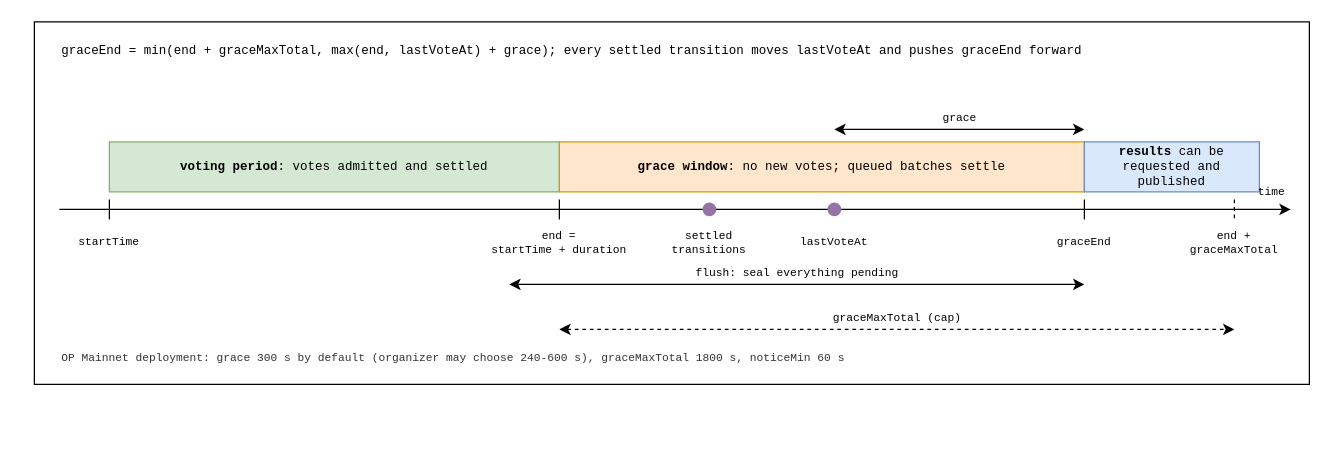
This is v2/figures/grace-window.drawio from vocdoni/davinci-paper, a draw.io file, before an edit. Source tidied: cells renumbered, new cells numbered last; positions are measured from the earlier drawing's top-left corner, leaving out a move shared by most shapes. Both pictures are drawn from the tidied source at 125%, with x=0, y=0 at pixel (21, 21).
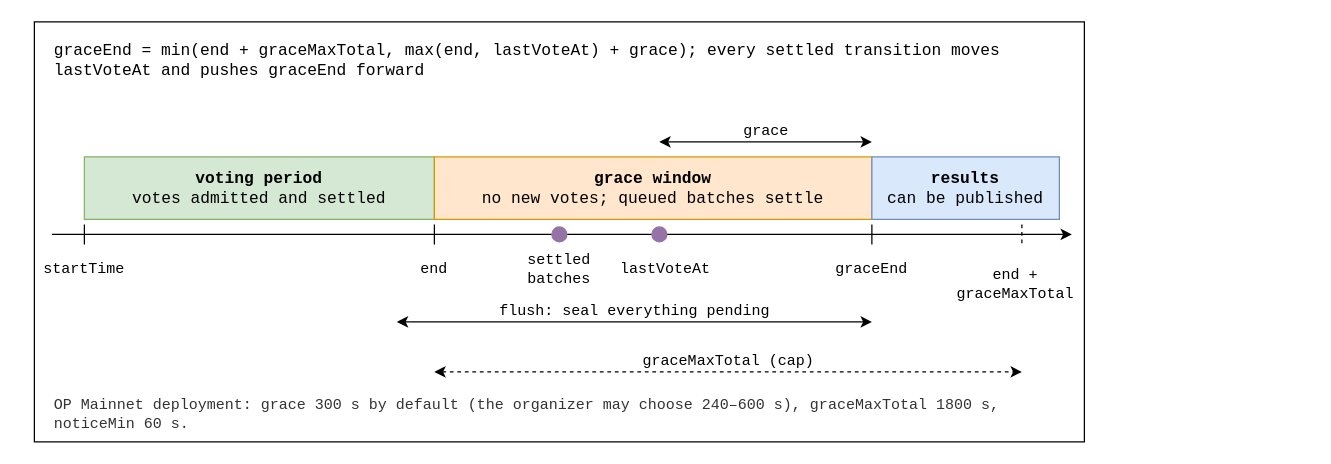
Above is the later version.

The edit, as a diff of the source:
```diff
@@
+    <mxCell id="23" style="rounded=0;whiteSpace=wrap;html=1;fontSize=11;fillColor=none;strokeColor=#000000;fontFamily=Courier New;verticalAlign=top;align=center;spacingTop=4;spacingLeft=6;fontStyle=1;" parent="1" vertex="1">
+      <mxGeometry x="10" width="840" height="336" as="geometry" />
+    </mxCell>
-    <mxCell id="2" style="rounded=0;whiteSpace=wrap;html=1;fontSize=11;fillColor=none;strokeColor=#000000;fontFamily=Courier New;verticalAlign=top;align=center;spacingTop=4;spacingLeft=6;fontStyle=1;" parent="1" vertex="1">
-      <mxGeometry x="10" width="1020" height="290" as="geometry" />
+    <mxCell id="2" value="graceEnd = min(end + graceMaxTotal, max(end, lastVoteAt) + grace); every settled transition moves lastVoteAt and pushes graceEnd forward" style="text;html=1;whiteSpace=wrap;fontSize=13;fontFamily=Courier New;align=left;verticalAlign=middle;fontColor=#000000;" parent="1" vertex="1">
+      <mxGeometry x="24" y="8" width="812" height="46" as="geometry" />
     </mxCell>
-    <mxCell id="3" value="&lt;b&gt;voting period&lt;/b&gt;: votes admitted and settled" style="rounded=0;whiteSpace=wrap;html=1;fontSize=10;fillColor=#d5e8d4;strokeColor=#82b366;fontFamily=Courier New;align=center;verticalAlign=middle;" parent="1" vertex="1">
-      <mxGeometry x="70" y="96" width="360" height="40" as="geometry" />
+    <mxCell id="3" value="&lt;b&gt;voting period&lt;/b&gt;&lt;br&gt;votes admitted and settled" style="rounded=0;whiteSpace=wrap;html=1;fontSize=13;fillColor=#d5e8d4;strokeColor=#82b366;fontFamily=Courier New;align=center;verticalAlign=middle;" parent="1" vertex="1">
+      <mxGeometry x="50" y="108" width="280" height="50" as="geometry" />
     </mxCell>
-    <mxCell id="4" value="&lt;b&gt;grace window&lt;/b&gt;: no new votes; queued batches settle" style="rounded=0;whiteSpace=wrap;html=1;fontSize=10;fillColor=#ffe6cc;strokeColor=#d79b00;fontFamily=Courier New;align=center;verticalAlign=middle;" parent="1" vertex="1">
-      <mxGeometry x="430" y="96" width="420" height="40" as="geometry" />
+    <mxCell id="4" value="&lt;b&gt;grace window&lt;/b&gt;&lt;br&gt;no new votes; queued batches settle" style="rounded=0;whiteSpace=wrap;html=1;fontSize=13;fillColor=#ffe6cc;strokeColor=#d79b00;fontFamily=Courier New;align=center;verticalAlign=middle;" parent="1" vertex="1">
+      <mxGeometry x="330" y="108" width="350" height="50" as="geometry" />
     </mxCell>
-    <mxCell id="5" value="&lt;b&gt;results&lt;/b&gt; can be&lt;br&gt;requested and published" style="rounded=0;whiteSpace=wrap;html=1;fontSize=10;fillColor=#dae8fc;strokeColor=#6c8ebf;fontFamily=Courier New;align=center;verticalAlign=middle;" parent="1" vertex="1">
-      <mxGeometry x="850" y="96" width="140" height="40" as="geometry" />
+    <mxCell id="5" value="&lt;b&gt;results&lt;/b&gt;&lt;br&gt;can be published" style="rounded=0;whiteSpace=wrap;html=1;fontSize=13;fillColor=#dae8fc;strokeColor=#6c8ebf;fontFamily=Courier New;align=center;verticalAlign=middle;" parent="1" vertex="1">
+      <mxGeometry x="680" y="108" width="150" height="50" as="geometry" />
     </mxCell>
     <mxCell id="6" style="html=1;rounded=0;endArrow=classic;startArrow=none;endSize=6;startSize=6;fontSize=10;fontFamily=Courier New;strokeColor=#000000;strokeWidth=1;labelBackgroundColor=#ffffff;" parent="1" edge="1">
       <mxGeometry relative="1" as="geometry">
-        <mxPoint x="30" y="150" as="sourcePoint" />
-        <mxPoint x="1015" y="150" as="targetPoint" />
+        <mxPoint x="24" y="170" as="sourcePoint" />
+        <mxPoint x="840" y="170" as="targetPoint" />
       </mxGeometry>
     </mxCell>
-    <mxCell id="7" value="time" style="text;html=1;whiteSpace=wrap;fontSize=9;fontFamily=Courier New;align=center;verticalAlign=middle;fontColor=#000000;" parent="1" vertex="1">
-      <mxGeometry x="975" y="128" width="50" height="18" as="geometry" />
+    <mxCell id="7" style="html=1;rounded=0;endArrow=none;startArrow=none;endSize=6;startSize=6;fontSize=10;fontFamily=Courier New;strokeColor=#000000;strokeWidth=1;labelBackgroundColor=#ffffff;" parent="1" edge="1">
+      <mxGeometry relative="1" as="geometry">
+        <mxPoint x="50" y="162" as="sourcePoint" />
+        <mxPoint x="50" y="178" as="targetPoint" />
+      </mxGeometry>
     </mxCell>
-    <mxCell id="8" style="html=1;rounded=0;endArrow=none;startArrow=none;endSize=6;startSize=6;fontSize=10;fontFamily=Courier New;strokeColor=#000000;strokeWidth=1;labelBackgroundColor=#ffffff;" parent="1" edge="1">
-      <mxGeometry relative="1" as="geometry">
-        <mxPoint x="70" y="142" as="sourcePoint" />
-        <mxPoint x="70" y="158" as="targetPoint" />
-      </mxGeometry>
+    <mxCell id="8" value="startTime" style="text;html=1;whiteSpace=wrap;fontSize=12;fontFamily=Courier New;align=center;verticalAlign=middle;fontColor=#000000;" parent="1" vertex="1">
+      <mxGeometry x="12" y="180" width="76" height="36" as="geometry" />
     </mxCell>
-    <mxCell id="9" value="startTime" style="text;html=1;whiteSpace=wrap;fontSize=9;fontFamily=Courier New;align=center;verticalAlign=middle;fontColor=#000000;" parent="1" vertex="1">
-      <mxGeometry y="160" width="140" height="34" as="geometry" />
+    <mxCell id="9" style="html=1;rounded=0;endArrow=none;startArrow=none;endSize=6;startSize=6;fontSize=10;fontFamily=Courier New;strokeColor=#000000;strokeWidth=1;labelBackgroundColor=#ffffff;" parent="1" edge="1">
+      <mxGeometry relative="1" as="geometry">
+        <mxPoint x="330" y="162" as="sourcePoint" />
+        <mxPoint x="330" y="178" as="targetPoint" />
+      </mxGeometry>
     </mxCell>
-    <mxCell id="10" style="html=1;rounded=0;endArrow=none;startArrow=none;endSize=6;startSize=6;fontSize=10;fontFamily=Courier New;strokeColor=#000000;strokeWidth=1;labelBackgroundColor=#ffffff;" parent="1" edge="1">
-      <mxGeometry relative="1" as="geometry">
-        <mxPoint x="430" y="142" as="sourcePoint" />
-        <mxPoint x="430" y="158" as="targetPoint" />
-      </mxGeometry>
+    <mxCell id="10" value="end" style="text;html=1;whiteSpace=wrap;fontSize=12;fontFamily=Courier New;align=center;verticalAlign=middle;fontColor=#000000;" parent="1" vertex="1">
+      <mxGeometry x="255" y="180" width="150" height="36" as="geometry" />
     </mxCell>
-    <mxCell id="11" value="end =&lt;br&gt;startTime + duration" style="text;html=1;whiteSpace=wrap;fontSize=9;fontFamily=Courier New;align=center;verticalAlign=middle;fontColor=#000000;" parent="1" vertex="1">
-      <mxGeometry x="360" y="160" width="140" height="34" as="geometry" />
+    <mxCell id="11" style="html=1;rounded=0;endArrow=none;startArrow=none;endSize=6;startSize=6;fontSize=10;fontFamily=Courier New;strokeColor=#000000;strokeWidth=1;labelBackgroundColor=#ffffff;" parent="1" edge="1">
+      <mxGeometry relative="1" as="geometry">
+        <mxPoint x="680" y="162" as="sourcePoint" />
+        <mxPoint x="680" y="178" as="targetPoint" />
+      </mxGeometry>
     </mxCell>
-    <mxCell id="12" style="html=1;rounded=0;endArrow=none;startArrow=none;endSize=6;startSize=6;fontSize=10;fontFamily=Courier New;strokeColor=#000000;strokeWidth=1;labelBackgroundColor=#ffffff;" parent="1" edge="1">
-      <mxGeometry relative="1" as="geometry">
-        <mxPoint x="850" y="142" as="sourcePoint" />
-        <mxPoint x="850" y="158" as="targetPoint" />
-      </mxGeometry>
+    <mxCell id="12" value="graceEnd" style="text;html=1;whiteSpace=wrap;fontSize=12;fontFamily=Courier New;align=center;verticalAlign=middle;fontColor=#000000;" parent="1" vertex="1">
+      <mxGeometry x="605" y="180" width="150" height="36" as="geometry" />
     </mxCell>
-    <mxCell id="13" value="graceEnd" style="text;html=1;whiteSpace=wrap;fontSize=9;fontFamily=Courier New;align=center;verticalAlign=middle;fontColor=#000000;" parent="1" vertex="1">
-      <mxGeometry x="780" y="160" width="140" height="34" as="geometry" />
+    <mxCell id="13" style="ellipse;fillColor=#9673a6;strokeColor=#9673a6;html=1;" parent="1" vertex="1">
+      <mxGeometry x="424" y="164" width="12" height="12" as="geometry" />
     </mxCell>
     <mxCell id="14" style="ellipse;fillColor=#9673a6;strokeColor=#9673a6;html=1;" parent="1" vertex="1">
-      <mxGeometry x="545" y="145" width="10" height="10" as="geometry" />
+      <mxGeometry x="504" y="164" width="12" height="12" as="geometry" />
     </mxCell>
-    <mxCell id="15" style="ellipse;fillColor=#9673a6;strokeColor=#9673a6;html=1;" parent="1" vertex="1">
-      <mxGeometry x="645" y="145" width="10" height="10" as="geometry" />
+    <mxCell id="15" value="settled&lt;br&gt;batches" style="text;html=1;whiteSpace=wrap;fontSize=12;fontFamily=Courier New;align=center;verticalAlign=middle;fontColor=#000000;" parent="1" vertex="1">
+      <mxGeometry x="385" y="180" width="90" height="36" as="geometry" />
     </mxCell>
-    <mxCell id="16" value="settled&lt;br&gt;transitions" style="text;html=1;whiteSpace=wrap;fontSize=9;fontFamily=Courier New;align=center;verticalAlign=middle;fontColor=#000000;" parent="1" vertex="1">
-      <mxGeometry x="500" y="160" width="100" height="34" as="geometry" />
+    <mxCell id="16" value="lastVoteAt" style="text;html=1;whiteSpace=wrap;fontSize=12;fontFamily=Courier New;align=center;verticalAlign=middle;fontColor=#000000;" parent="1" vertex="1">
+      <mxGeometry x="470" y="180" width="90" height="36" as="geometry" />
     </mxCell>
-    <mxCell id="17" value="lastVoteAt" style="text;html=1;whiteSpace=wrap;fontSize=9;fontFamily=Courier New;align=center;verticalAlign=middle;fontColor=#000000;" parent="1" vertex="1">
-      <mxGeometry x="605" y="160" width="90" height="34" as="geometry" />
+    <mxCell id="17" style="html=1;rounded=0;endArrow=none;startArrow=none;endSize=6;startSize=6;fontSize=10;fontFamily=Courier New;strokeColor=#000000;strokeWidth=1;dashed=1;labelBackgroundColor=#ffffff;" parent="1" edge="1">
+      <mxGeometry relative="1" as="geometry">
+        <mxPoint x="800" y="162" as="sourcePoint" />
+        <mxPoint x="800" y="178" as="targetPoint" />
+      </mxGeometry>
     </mxCell>
-    <mxCell id="18" style="html=1;rounded=0;endArrow=none;startArrow=none;endSize=6;startSize=6;fontSize=10;fontFamily=Courier New;strokeColor=#000000;strokeWidth=1;dashed=1;labelBackgroundColor=#ffffff;" parent="1" edge="1">
-      <mxGeometry relative="1" as="geometry">
-        <mxPoint x="970" y="142" as="sourcePoint" />
-        <mxPoint x="970" y="158" as="targetPoint" />
-      </mxGeometry>
+    <mxCell id="18" value="end +&lt;br&gt;graceMaxTotal" style="text;html=1;whiteSpace=wrap;fontSize=12;fontFamily=Courier New;align=center;verticalAlign=middle;fontColor=#000000;" parent="1" vertex="1">
+      <mxGeometry x="740" y="192" width="110" height="36" as="geometry" />
     </mxCell>
-    <mxCell id="19" value="end +&lt;br&gt;graceMaxTotal" style="text;html=1;whiteSpace=wrap;fontSize=9;fontFamily=Courier New;align=center;verticalAlign=middle;fontColor=#000000;" parent="1" vertex="1">
-      <mxGeometry x="915" y="160" width="110" height="34" as="geometry" />
+    <mxCell id="19" value="grace" style="html=1;rounded=0;endArrow=classic;startArrow=classic;endSize=6;startSize=6;fontSize=12;fontFamily=Courier New;strokeColor=#000000;strokeWidth=1;labelBackgroundColor=none;" parent="1" edge="1">
+      <mxGeometry relative="1" as="geometry">
+        <mxPoint x="510" y="96" as="sourcePoint" />
+        <mxPoint x="680" y="96" as="targetPoint" />
+        <mxPoint y="-8" as="offset" />
+      </mxGeometry>
     </mxCell>
-    <mxCell id="20" value="grace" style="html=1;rounded=0;endArrow=classic;startArrow=classic;endSize=6;startSize=6;fontSize=9;fontFamily=Courier New;strokeColor=#000000;strokeWidth=1;labelBackgroundColor=none;" parent="1" edge="1">
+    <mxCell id="20" value="flush: seal everything pending" style="html=1;rounded=0;endArrow=classic;startArrow=classic;endSize=6;startSize=6;fontSize=12;fontFamily=Courier New;strokeColor=#000000;strokeWidth=1;labelBackgroundColor=none;" parent="1" edge="1">
       <mxGeometry relative="1" as="geometry">
-        <mxPoint x="650" y="86" as="sourcePoint" />
-        <mxPoint x="850" y="86" as="targetPoint" />
+        <mxPoint x="300" y="240" as="sourcePoint" />
+        <mxPoint x="680" y="240" as="targetPoint" />
         <mxPoint y="-8" as="offset" />
       </mxGeometry>
     </mxCell>
-    <mxCell id="21" value="flush: seal everything pending" style="html=1;rounded=0;endArrow=classic;startArrow=classic;endSize=6;startSize=6;fontSize=9;fontFamily=Courier New;strokeColor=#000000;strokeWidth=1;labelBackgroundColor=none;" parent="1" edge="1">
+    <mxCell id="21" value="graceMaxTotal (cap)" style="html=1;rounded=0;endArrow=classic;startArrow=classic;endSize=6;startSize=6;fontSize=12;fontFamily=Courier New;strokeColor=#000000;strokeWidth=1;dashed=1;labelBackgroundColor=none;" parent="1" edge="1">
       <mxGeometry relative="1" as="geometry">
-        <mxPoint x="390" y="210" as="sourcePoint" />
-        <mxPoint x="850" y="210" as="targetPoint" />
+        <mxPoint x="330" y="280" as="sourcePoint" />
+        <mxPoint x="800" y="280" as="targetPoint" />
         <mxPoint y="-8" as="offset" />
       </mxGeometry>
     </mxCell>
-    <mxCell id="22" value="graceMaxTotal (cap)" style="html=1;rounded=0;endArrow=classic;startArrow=classic;endSize=6;startSize=6;fontSize=9;fontFamily=Courier New;strokeColor=#000000;strokeWidth=1;dashed=1;labelBackgroundColor=none;" parent="1" edge="1">
-      <mxGeometry relative="1" as="geometry">
-        <mxPoint x="430" y="246" as="sourcePoint" />
-        <mxPoint x="970" y="246" as="targetPoint" />
-        <mxPoint y="-8" as="offset" />
-      </mxGeometry>
+    <mxCell id="22" value="OP Mainnet deployment: grace 300 s by default (the organizer may choose 240&amp;ndash;600 s), graceMaxTotal 1800 s, noticeMin 60 s." style="text;html=1;whiteSpace=wrap;fontSize=12;fontFamily=Courier New;align=left;verticalAlign=middle;fontColor=#333333;" parent="1" vertex="1">
+      <mxGeometry x="24" y="294" width="812" height="40" as="geometry" />
     </mxCell>
-    <mxCell id="23" value="graceEnd = min(end + graceMaxTotal, max(end, lastVoteAt) + grace); every settled transition moves lastVoteAt and pushes graceEnd forward" style="text;html=1;whiteSpace=wrap;fontSize=10;fontFamily=Courier New;align=left;verticalAlign=middle;fontColor=#000000;" parent="1" vertex="1">
-      <mxGeometry x="30" y="8" width="960" height="30" as="geometry" />
-    </mxCell>
-    <mxCell id="24" value="OP Mainnet deployment: grace 300 s by default (organizer may choose 240-600 s), graceMaxTotal 1800 s, noticeMin 60 s" style="text;html=1;whiteSpace=wrap;fontSize=9;fontFamily=Courier New;align=left;verticalAlign=middle;fontColor=#333333;" parent="1" vertex="1">
-      <mxGeometry x="30" y="258" width="960" height="24" as="geometry" />
-    </mxCell>
```
